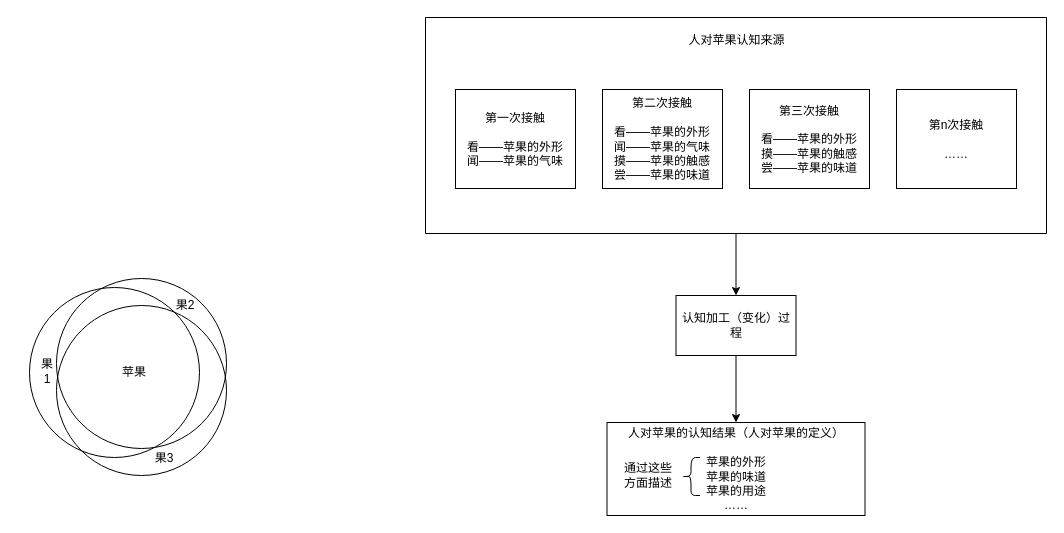
Before: page "第 3 页" (3 of 3) of 大纲/节点图.drawio in foxii-cn/something-abstract, a draw.io diagram. Source tidied: cells renumbered, new cells numbered last; positions are measured from the earlier drawing's top-left corner, leaving out a move shared by most shapes. Both pictures are drawn from the tidied source at 100%, with x=0, y=0 at pixel (17, 17).
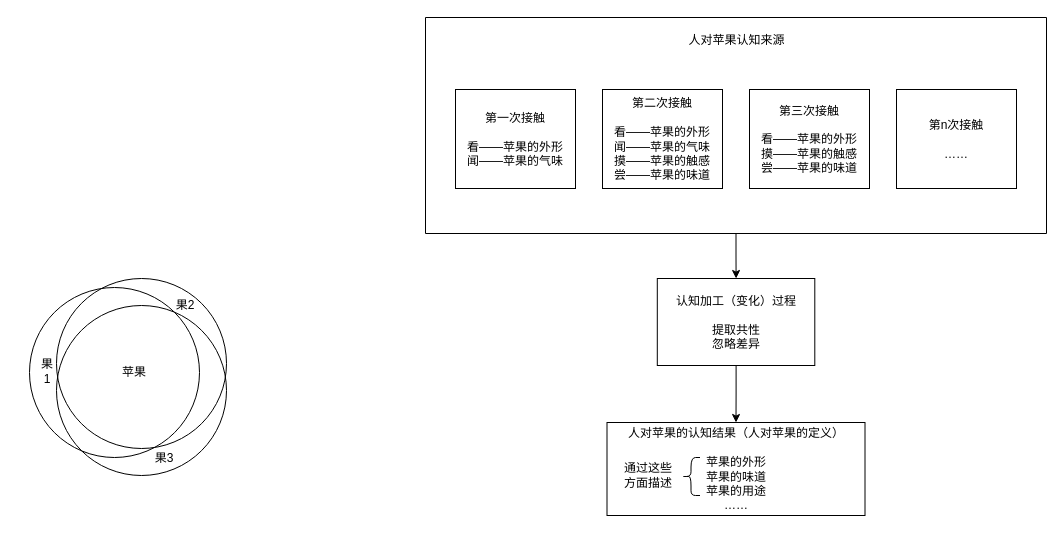
After the change.

Diff of the diagram source:
```diff
@@
-    <mxCell id="11" value="认知加工（变化）过程" style="rounded=0;whiteSpace=wrap;html=1;" parent="1" vertex="1">
-      <mxGeometry x="658.5" y="278" width="120" height="60" as="geometry" />
+    <mxCell id="11" value="认知加工（变化）过程&lt;br&gt;&lt;br&gt;提取共性&lt;br&gt;忽略差异" style="rounded=0;whiteSpace=wrap;html=1;" parent="1" vertex="1">
+      <mxGeometry x="639.8" y="261" width="157.5" height="87" as="geometry" />
     </mxCell>
```
